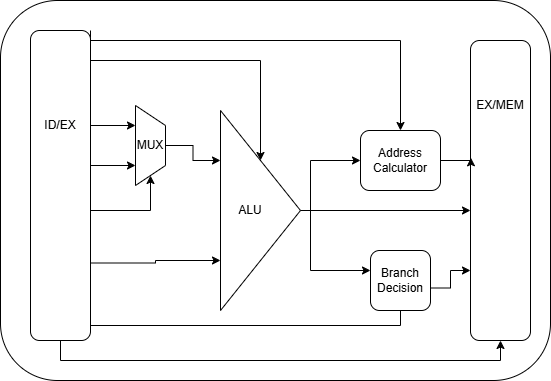
mani-deep-reddy/riscv32-pipelined-cpu keeps this draw.io diagram as docs/pipeline-stages/EX/EX_stage_diagram.png. Above is the earlier version. Source tidied: cells renumbered, new cells last; positions are measured from the earlier drawing's top-left corner, leaving out a move shared by most shapes. The source it was exported from:
```xml
<mxGraphModel>
  <root>
    <mxCell id="0" />
    <mxCell id="1" parent="0" />
    <mxCell id="2" style="rounded=1;whiteSpace=wrap;html=1;" parent="1" vertex="1">
      <mxGeometry width="550" height="380" as="geometry" />
    </mxCell>
    <mxCell id="3" style="edgeStyle=orthogonalEdgeStyle;rounded=0;jettySize=auto;html=1;exitX=1;exitY=0.75;exitDx=0;exitDy=0;entryX=1;entryY=0.5;entryDx=0;entryDy=0;" parent="1" edge="1" source="9" target="14">
      <mxGeometry relative="1" as="geometry">
        <Array as="points">
          <mxPoint x="90" y="210" />
          <mxPoint x="150" y="210" />
        </Array>
      </mxGeometry>
    </mxCell>
    <mxCell id="4" style="edgeStyle=orthogonalEdgeStyle;rounded=0;jettySize=auto;html=1;exitX=1;exitY=0.75;exitDx=0;exitDy=0;entryX=0;entryY=0.75;entryDx=0;entryDy=0;" parent="1" edge="1" source="9" target="16">
      <mxGeometry relative="1" as="geometry" />
    </mxCell>
    <mxCell id="5" style="edgeStyle=orthogonalEdgeStyle;rounded=0;jettySize=auto;html=1;exitX=1;exitY=0.25;exitDx=0;exitDy=0;entryX=0.5;entryY=0;entryDx=0;entryDy=0;" parent="1" edge="1" source="9" target="16">
      <mxGeometry relative="1" as="geometry">
        <Array as="points">
          <mxPoint x="90" y="60" />
          <mxPoint x="260" y="60" />
        </Array>
      </mxGeometry>
    </mxCell>
    <mxCell id="6" style="edgeStyle=orthogonalEdgeStyle;rounded=0;jettySize=auto;html=1;exitX=1;exitY=0;exitDx=0;exitDy=0;entryX=0.5;entryY=0;entryDx=0;entryDy=0;" parent="1" edge="1" source="9" target="21">
      <mxGeometry relative="1" as="geometry">
        <Array as="points">
          <mxPoint x="90" y="40" />
          <mxPoint x="400" y="40" />
        </Array>
      </mxGeometry>
    </mxCell>
    <mxCell id="7" style="edgeStyle=orthogonalEdgeStyle;rounded=0;orthogonalLoop=1;jettySize=auto;html=1;exitX=1;exitY=1;exitDx=0;exitDy=0;entryX=0.5;entryY=1;entryDx=0;entryDy=0;" parent="1" edge="1">
      <mxGeometry relative="1" as="geometry">
        <mxPoint x="90" y="325" as="sourcePoint" />
        <mxPoint x="400" y="295" as="targetPoint" />
        <Array as="points">
          <mxPoint x="400" y="325" />
        </Array>
      </mxGeometry>
    </mxCell>
    <mxCell id="8" style="edgeStyle=orthogonalEdgeStyle;rounded=0;jettySize=auto;html=1;exitX=0.5;exitY=1;exitDx=0;exitDy=0;entryX=0.5;entryY=1;entryDx=0;entryDy=0;" parent="1" edge="1" source="9" target="18">
      <mxGeometry relative="1" as="geometry" />
    </mxCell>
    <mxCell id="9" style="rounded=1;whiteSpace=wrap;html=1;" parent="1" vertex="1">
      <mxGeometry x="30" y="30" width="60" height="310" as="geometry" />
    </mxCell>
    <mxCell id="10" style="edgeStyle=orthogonalEdgeStyle;rounded=0;jettySize=auto;html=1;exitX=1;exitY=0;exitDx=0;exitDy=0;entryX=0.25;entryY=1;entryDx=0;entryDy=0;" parent="1" edge="1" source="12" target="14">
      <mxGeometry relative="1" as="geometry">
        <Array as="points">
          <mxPoint x="90" y="125" />
        </Array>
      </mxGeometry>
    </mxCell>
    <mxCell id="11" style="edgeStyle=orthogonalEdgeStyle;rounded=0;jettySize=auto;html=1;exitX=1;exitY=0.75;exitDx=0;exitDy=0;entryX=0.75;entryY=1;entryDx=0;entryDy=0;" parent="1" edge="1" source="12" target="14">
      <mxGeometry relative="1" as="geometry">
        <Array as="points">
          <mxPoint x="90" y="165" />
        </Array>
      </mxGeometry>
    </mxCell>
    <mxCell id="12" value="ID/EX" style="text;html=1;whiteSpace=wrap;strokeColor=none;fillColor=none;align=center;verticalAlign=middle;rounded=0;" parent="1" vertex="1">
      <mxGeometry x="30" y="110" width="60" height="30" as="geometry" />
    </mxCell>
    <mxCell id="13" style="edgeStyle=orthogonalEdgeStyle;rounded=0;jettySize=auto;html=1;exitX=0.5;exitY=0;exitDx=0;exitDy=0;entryX=0;entryY=0.25;entryDx=0;entryDy=0;" parent="1" edge="1" source="14" target="16">
      <mxGeometry relative="1" as="geometry" />
    </mxCell>
    <mxCell id="14" style="shape=trapezoid;perimeter=trapezoidPerimeter;whiteSpace=wrap;html=1;fixedSize=1;rotation=90;" parent="1" vertex="1">
      <mxGeometry x="110" y="130" width="80" height="30" as="geometry" />
    </mxCell>
    <mxCell id="15" style="edgeStyle=orthogonalEdgeStyle;rounded=0;jettySize=auto;html=1;exitX=1;exitY=0.5;exitDx=0;exitDy=0;" parent="1" edge="1" source="16">
      <mxGeometry relative="1" as="geometry">
        <mxPoint x="470" y="210" as="targetPoint" />
      </mxGeometry>
    </mxCell>
    <mxCell id="16" style="triangle;whiteSpace=wrap;html=1;" parent="1" vertex="1">
      <mxGeometry x="220" y="110" width="80" height="200" as="geometry" />
    </mxCell>
    <mxCell id="17" value="ALU" style="text;html=1;whiteSpace=wrap;strokeColor=none;fillColor=none;align=center;verticalAlign=middle;rounded=0;" parent="1" vertex="1">
      <mxGeometry x="220" y="195" width="60" height="30" as="geometry" />
    </mxCell>
    <mxCell id="18" style="rounded=1;whiteSpace=wrap;html=1;" parent="1" vertex="1">
      <mxGeometry x="470" y="40" width="60" height="300" as="geometry" />
    </mxCell>
    <mxCell id="19" value="EX/MEM" style="text;html=1;whiteSpace=wrap;strokeColor=none;fillColor=none;align=center;verticalAlign=middle;rounded=0;" parent="1" vertex="1">
      <mxGeometry x="470" y="90" width="60" height="30" as="geometry" />
    </mxCell>
    <mxCell id="20" style="endArrow=classic;html=1;rounded=0;" parent="1" edge="1">
      <mxGeometry relative="1" as="geometry">
        <mxPoint x="310" y="210" as="sourcePoint" />
        <mxPoint x="360" y="160" as="targetPoint" />
        <Array as="points">
          <mxPoint x="310" y="160" />
        </Array>
      </mxGeometry>
    </mxCell>
    <mxCell id="21" style="rounded=1;whiteSpace=wrap;html=1;" parent="1" vertex="1">
      <mxGeometry x="360" y="130" width="80" height="60" as="geometry" />
    </mxCell>
    <mxCell id="22" value="Address Calculator" style="text;html=1;whiteSpace=wrap;strokeColor=none;fillColor=none;align=center;verticalAlign=middle;rounded=0;" parent="1" vertex="1">
      <mxGeometry x="370" y="145" width="60" height="30" as="geometry" />
    </mxCell>
    <mxCell id="23" style="endArrow=classic;html=1;rounded=0;" parent="1" edge="1">
      <mxGeometry relative="1" as="geometry">
        <mxPoint x="310" y="210" as="sourcePoint" />
        <mxPoint x="370" y="270" as="targetPoint" />
        <Array as="points">
          <mxPoint x="310" y="270" />
        </Array>
      </mxGeometry>
    </mxCell>
    <mxCell id="24" style="rounded=1;whiteSpace=wrap;html=1;" parent="1" vertex="1">
      <mxGeometry x="370" y="250" width="60" height="60" as="geometry" />
    </mxCell>
    <mxCell id="25" style="edgeStyle=orthogonalEdgeStyle;rounded=0;jettySize=auto;html=1;exitX=1;exitY=0.75;exitDx=0;exitDy=0;" parent="1" edge="1" source="26">
      <mxGeometry relative="1" as="geometry">
        <mxPoint x="470" y="270" as="targetPoint" />
      </mxGeometry>
    </mxCell>
    <mxCell id="26" value="Branch Decision" style="text;html=1;whiteSpace=wrap;strokeColor=none;fillColor=none;align=center;verticalAlign=middle;rounded=0;" parent="1" vertex="1">
      <mxGeometry x="370" y="265" width="60" height="30" as="geometry" />
    </mxCell>
    <mxCell id="27" value="MUX" style="text;html=1;whiteSpace=wrap;strokeColor=none;fillColor=none;align=center;verticalAlign=middle;rounded=0;" parent="1" vertex="1">
      <mxGeometry x="120" y="130" width="60" height="30" as="geometry" />
    </mxCell>
    <mxCell id="28" style="edgeStyle=orthogonalEdgeStyle;rounded=0;jettySize=auto;html=1;exitX=1;exitY=0.5;exitDx=0;exitDy=0;entryX=0.006;entryY=0.391;entryDx=0;entryDy=0;entryPerimeter=0;" parent="1" edge="1" source="21" target="18">
      <mxGeometry relative="1" as="geometry" />
    </mxCell>
  </root>
</mxGraphModel>
```
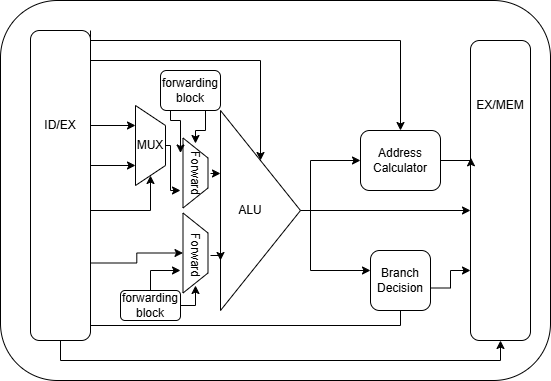
The same file after the commit.

Diff of the diagram source:
```diff
@@ -13,9 +13,6 @@
         </Array>
       </mxGeometry>
     </mxCell>
-    <mxCell id="4" style="edgeStyle=orthogonalEdgeStyle;rounded=0;jettySize=auto;html=1;exitX=1;exitY=0.75;exitDx=0;exitDy=0;entryX=0;entryY=0.75;entryDx=0;entryDy=0;" parent="1" edge="1" source="9" target="16">
-      <mxGeometry relative="1" as="geometry" />
-    </mxCell>
     <mxCell id="5" style="edgeStyle=orthogonalEdgeStyle;rounded=0;jettySize=auto;html=1;exitX=1;exitY=0.25;exitDx=0;exitDy=0;entryX=0.5;entryY=0;entryDx=0;entryDy=0;" parent="1" edge="1" source="9" target="16">
       <mxGeometry relative="1" as="geometry">
         <Array as="points">
@@ -44,6 +41,9 @@
     <mxCell id="8" style="edgeStyle=orthogonalEdgeStyle;rounded=0;jettySize=auto;html=1;exitX=0.5;exitY=1;exitDx=0;exitDy=0;entryX=0.5;entryY=1;entryDx=0;entryDy=0;" parent="1" edge="1" source="9" target="18">
       <mxGeometry relative="1" as="geometry" />
     </mxCell>
+    <mxCell id="29" style="edgeStyle=orthogonalEdgeStyle;rounded=0;jettySize=auto;html=1;exitX=1;exitY=0.75;exitDx=0;exitDy=0;entryX=0.5;entryY=1;entryDx=0;entryDy=0;" parent="1" edge="1" source="9" target="32">
+      <mxGeometry relative="1" as="geometry" />
+    </mxCell>
     <mxCell id="9" style="rounded=1;whiteSpace=wrap;html=1;" parent="1" vertex="1">
       <mxGeometry x="30" y="30" width="60" height="310" as="geometry" />
     </mxCell>
@@ -64,9 +64,15 @@
     <mxCell id="12" value="ID/EX" style="text;html=1;whiteSpace=wrap;strokeColor=none;fillColor=none;align=center;verticalAlign=middle;rounded=0;" parent="1" vertex="1">
       <mxGeometry x="30" y="110" width="60" height="30" as="geometry" />
     </mxCell>
-    <mxCell id="13" style="edgeStyle=orthogonalEdgeStyle;rounded=0;jettySize=auto;html=1;exitX=0.5;exitY=0;exitDx=0;exitDy=0;entryX=0;entryY=0.25;entryDx=0;entryDy=0;" parent="1" edge="1" source="14" target="16">
-      <mxGeometry relative="1" as="geometry" />
-    </mxCell>
+    <mxCell id="30" style="edgeStyle=orthogonalEdgeStyle;rounded=0;jettySize=auto;html=1;exitX=0.5;exitY=0;exitDx=0;exitDy=0;" parent="1" edge="1" source="14">
+      <mxGeometry relative="1" as="geometry">
+        <mxPoint x="180" y="190" as="targetPoint" />
+        <Array as="points">
+          <mxPoint x="170" y="145" />
+          <mxPoint x="170" y="190" />
+        </Array>
+      </mxGeometry>
+    </mxCell>
     <mxCell id="14" style="shape=trapezoid;perimeter=trapezoidPerimeter;whiteSpace=wrap;html=1;fixedSize=1;rotation=90;" parent="1" vertex="1">
       <mxGeometry x="110" y="130" width="80" height="30" as="geometry" />
     </mxCell>
@@ -128,5 +134,58 @@
     <mxCell id="28" style="edgeStyle=orthogonalEdgeStyle;rounded=0;jettySize=auto;html=1;exitX=1;exitY=0.5;exitDx=0;exitDy=0;entryX=0.006;entryY=0.391;entryDx=0;entryDy=0;entryPerimeter=0;" parent="1" edge="1" source="21" target="18">
       <mxGeometry relative="1" as="geometry" />
     </mxCell>
+    <mxCell id="31" style="shape=trapezoid;perimeter=trapezoidPerimeter;whiteSpace=wrap;html=1;fixedSize=1;rotation=90;" parent="1" vertex="1">
+      <mxGeometry x="160" y="160" width="70" height="25" as="geometry" />
+    </mxCell>
+    <mxCell id="32" style="shape=trapezoid;perimeter=trapezoidPerimeter;whiteSpace=wrap;html=1;fixedSize=1;rotation=90;" parent="1" vertex="1">
+      <mxGeometry x="155" y="240" width="80" height="25" as="geometry" />
+    </mxCell>
+    <mxCell id="33" style="edgeStyle=orthogonalEdgeStyle;rounded=0;jettySize=auto;html=1;exitX=0.5;exitY=0;exitDx=0;exitDy=0;" parent="1" edge="1" source="34">
+      <mxGeometry relative="1" as="geometry">
+        <mxPoint x="220" y="173" as="targetPoint" />
+      </mxGeometry>
+    </mxCell>
+    <mxCell id="34" value="Forward" style="text;html=1;whiteSpace=wrap;strokeColor=none;fillColor=none;align=center;verticalAlign=middle;rounded=0;rotation=90;" parent="1" vertex="1">
+      <mxGeometry x="165" y="158" width="60" height="30" as="geometry" />
+    </mxCell>
+    <mxCell id="35" style="edgeStyle=orthogonalEdgeStyle;rounded=0;jettySize=auto;html=1;exitX=0.5;exitY=0;exitDx=0;exitDy=0;entryX=0;entryY=0.75;entryDx=0;entryDy=0;" parent="1" edge="1" source="36" target="16">
+      <mxGeometry relative="1" as="geometry" />
+    </mxCell>
+    <mxCell id="36" value="Forward" style="text;html=1;whiteSpace=wrap;strokeColor=none;fillColor=none;align=center;verticalAlign=middle;rounded=0;rotation=90;" parent="1" vertex="1">
+      <mxGeometry x="165" y="240" width="60" height="30" as="geometry" />
+    </mxCell>
+    <mxCell id="37" style="edgeStyle=orthogonalEdgeStyle;rounded=0;jettySize=auto;html=1;exitX=0.25;exitY=1;exitDx=0;exitDy=0;entryX=1;entryY=0.75;entryDx=0;entryDy=0;" parent="1" edge="1" source="39" target="27">
+      <mxGeometry relative="1" as="geometry">
+        <Array as="points">
+          <mxPoint x="170" y="120" />
+          <mxPoint x="180" y="120" />
+        </Array>
+      </mxGeometry>
+    </mxCell>
+    <mxCell id="38" style="edgeStyle=orthogonalEdgeStyle;rounded=0;jettySize=auto;html=1;exitX=0.75;exitY=1;exitDx=0;exitDy=0;" parent="1" edge="1" source="39" target="34">
+      <mxGeometry relative="1" as="geometry" />
+    </mxCell>
+    <mxCell id="39" style="rounded=1;whiteSpace=wrap;html=1;" parent="1" vertex="1">
+      <mxGeometry x="160" y="70" width="60" height="40" as="geometry" />
+    </mxCell>
+    <mxCell id="40" value="forwarding block" style="text;html=1;whiteSpace=wrap;strokeColor=none;fillColor=none;align=center;verticalAlign=middle;rounded=0;" parent="1" vertex="1">
+      <mxGeometry x="160" y="75" width="60" height="30" as="geometry" />
+    </mxCell>
+    <mxCell id="41" style="edgeStyle=orthogonalEdgeStyle;rounded=0;jettySize=auto;html=1;exitX=0.5;exitY=0;exitDx=0;exitDy=0;entryX=0.75;entryY=1;entryDx=0;entryDy=0;" parent="1" edge="1" source="42" target="36">
+      <mxGeometry relative="1" as="geometry">
+        <Array as="points">
+          <mxPoint x="150" y="270" />
+        </Array>
+      </mxGeometry>
+    </mxCell>
+    <mxCell id="42" style="rounded=1;whiteSpace=wrap;html=1;" parent="1" vertex="1">
+      <mxGeometry x="120" y="290" width="60" height="30" as="geometry" />
+    </mxCell>
+    <mxCell id="43" style="edgeStyle=orthogonalEdgeStyle;rounded=0;jettySize=auto;html=1;exitX=1;exitY=0.5;exitDx=0;exitDy=0;entryX=1;entryY=0.5;entryDx=0;entryDy=0;" parent="1" edge="1" source="44" target="36">
+      <mxGeometry relative="1" as="geometry" />
+    </mxCell>
+    <mxCell id="44" value="forwarding block" style="text;html=1;whiteSpace=wrap;strokeColor=none;fillColor=none;align=center;verticalAlign=middle;rounded=0;" parent="1" vertex="1">
+      <mxGeometry x="120" y="290" width="60" height="30" as="geometry" />
+    </mxCell>
   </root>
 </mxGraphModel>
```
